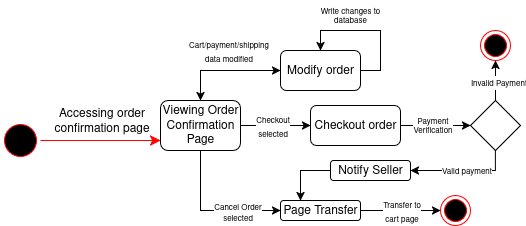
The draw.io diagram SRS Documents/User Story Diagrams/State Diagram - 10.png in TagReaper/CSE-4214-03-Lab-Project, before a commit. Source tidied: cells renumbered, new cells last; positions are measured from the earlier drawing's top-left corner, leaving out a move shared by most shapes.
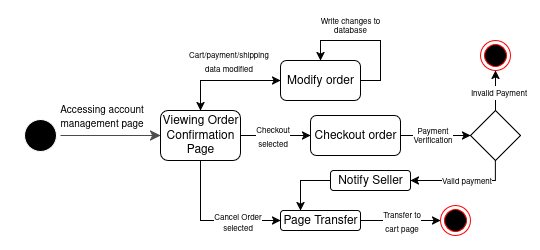
Later version of the same file.

What changed in the source:
```diff
@@ -2,22 +2,25 @@
   <root>
     <mxCell id="0" />
     <mxCell id="1" parent="0" />
-    <mxCell id="2" style="ellipse;html=1;shape=startState;fillColor=#000000;strokeColor=light-dark(#FF0000,#FFFFFF);" parent="1" vertex="1">
-      <mxGeometry y="120" width="40" height="40" as="geometry" />
-    </mxCell>
-    <mxCell id="3" style="edgeStyle=orthogonalEdgeStyle;html=1;verticalAlign=bottom;endArrow=classic;endSize=8;strokeColor=light-dark(#FF0000,#FFFFFF);rounded=0;endFill=1;" parent="1" edge="1" source="2">
-      <mxGeometry relative="1" as="geometry">
-        <mxPoint x="160" y="140" as="targetPoint" />
-        <Array as="points">
-          <mxPoint x="160" y="140" />
-        </Array>
-      </mxGeometry>
-    </mxCell>
-    <mxCell id="4" value="&lt;font style=&quot;font-size: 12px;&quot;&gt;Accessing order&lt;br&gt;confirmation page&lt;/font&gt;" style="edgeLabel;html=1;align=center;verticalAlign=middle;" parent="3" vertex="1">
-      <mxGeometry x="-0.23" y="-4" relative="1" as="geometry">
-        <mxPoint x="14" y="-24" as="offset" />
-      </mxGeometry>
-    </mxCell>
+    <mxCell id="31" style="rounded=0;whiteSpace=wrap;html=1;strokeColor=none;" parent="1" vertex="1">
+      <mxGeometry y="-10" width="540" height="250" as="geometry" />
+    </mxCell>
+    <mxCell id="32" style="ellipse;html=1;shape=startState;fillColor=#000000;strokeColor=light-dark(#FFFFFF,#FFFFFF);" parent="1" vertex="1">
+      <mxGeometry x="20" y="105" width="40" height="40" as="geometry" />
+    </mxCell>
+    <mxCell id="33" style="edgeStyle=orthogonalEdgeStyle;html=1;verticalAlign=bottom;endArrow=classic;endSize=8;strokeColor=light-dark(#4B4B4B,#FFFFFF);rounded=0;endFill=1;" parent="1" edge="1" source="32">
+      <mxGeometry relative="1" as="geometry">
+        <mxPoint x="160" y="125" as="targetPoint" />
+        <Array as="points">
+          <mxPoint x="160" y="125" />
+        </Array>
+      </mxGeometry>
+    </mxCell>
+    <mxCell id="34" value="&lt;font style=&quot;font-size: 10px;&quot;&gt;Accessing account&lt;br&gt;management page&lt;/font&gt;" style="edgeLabel;html=1;align=center;verticalAlign=middle;" parent="33" vertex="1">
+      <mxGeometry x="-0.23" y="-4" relative="1" as="geometry">
+        <mxPoint x="2" y="-24" as="offset" />
+      </mxGeometry>
+    </mxCell>
     <mxCell id="5" value="Viewing Order Confirmation Page" style="rounded=1;whiteSpace=wrap;html=1;" parent="1" vertex="1">
       <mxGeometry x="160" y="100" width="80" height="50" as="geometry" />
     </mxCell>
```
